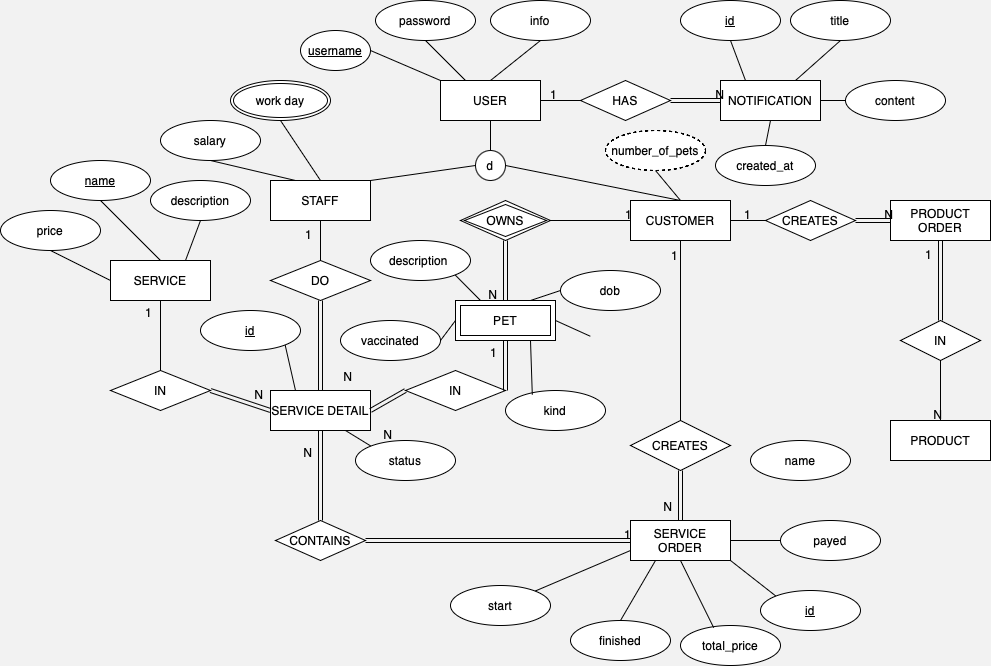
Above: pet-spa-erd.drawio.png in blueonline07/auth-demo (draw.io), before the change. Source tidied: cells renumbered, new cells last; positions are measured from the earlier drawing's top-left corner, leaving out a move shared by most shapes.
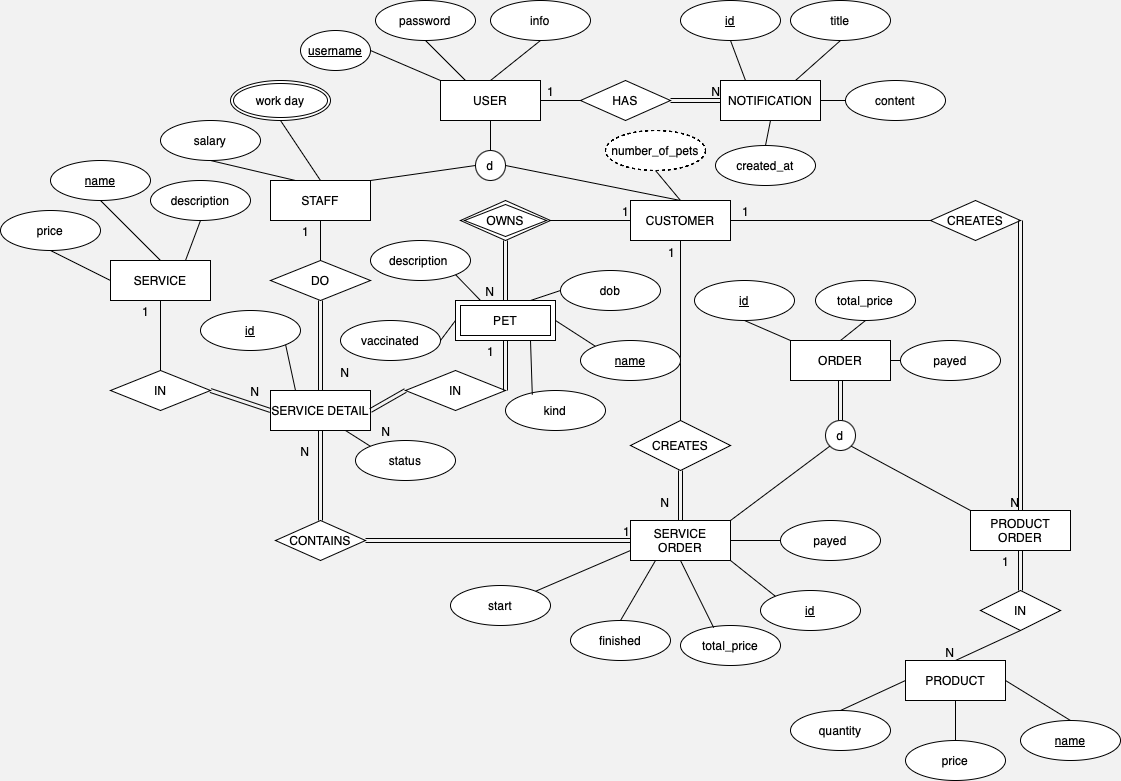
After the commit.

Change to the diagram source:
```diff
@@ -136,13 +136,13 @@
       </mxGeometry>
     </mxCell>
     <mxCell id="41" value="PRODUCT" style="whiteSpace=wrap;html=1;align=center;" parent="1" vertex="1">
-      <mxGeometry x="890" y="420" width="100" height="40" as="geometry" />
+      <mxGeometry x="905" y="660" width="100" height="40" as="geometry" />
     </mxCell>
     <mxCell id="42" value="PRODUCT ORDER" style="whiteSpace=wrap;html=1;align=center;" parent="1" vertex="1">
-      <mxGeometry x="890" y="200" width="100" height="40" as="geometry" />
+      <mxGeometry x="970" y="510" width="100" height="40" as="geometry" />
     </mxCell>
     <mxCell id="43" value="IN" style="shape=rhombus;perimeter=rhombusPerimeter;whiteSpace=wrap;html=1;align=center;" parent="1" vertex="1">
-      <mxGeometry x="900" y="320" width="80" height="40" as="geometry" />
+      <mxGeometry x="980" y="590" width="80" height="40" as="geometry" />
     </mxCell>
     <mxCell id="44" style="endArrow=none;html=1;rounded=0;entryX=0.5;entryY=0;entryDx=0;entryDy=0;exitX=0.5;exitY=1;exitDx=0;exitDy=0;" parent="1" edge="1" source="43" target="41">
       <mxGeometry relative="1" as="geometry" />
@@ -159,7 +159,7 @@
       </mxGeometry>
     </mxCell>
     <mxCell id="48" value="CREATES" style="shape=rhombus;perimeter=rhombusPerimeter;whiteSpace=wrap;html=1;align=center;rotation=0;" parent="1" vertex="1">
-      <mxGeometry x="765" y="200" width="90" height="40" as="geometry" />
+      <mxGeometry x="930" y="200" width="90" height="40" as="geometry" />
     </mxCell>
     <mxCell id="49" style="endArrow=none;html=1;rounded=0;entryX=1;entryY=0.5;entryDx=0;entryDy=0;exitX=0;exitY=0.5;exitDx=0;exitDy=0;" parent="1" edge="1" source="48" target="2">
       <mxGeometry relative="1" as="geometry" />
@@ -169,7 +169,7 @@
         <mxPoint x="20" as="offset" />
       </mxGeometry>
     </mxCell>
-    <mxCell id="51" style="shape=link;html=1;rounded=0;entryX=0;entryY=0.5;entryDx=0;entryDy=0;exitX=1;exitY=0.5;exitDx=0;exitDy=0;" parent="1" edge="1" source="48" target="42">
+    <mxCell id="51" style="shape=link;html=1;rounded=0;entryX=0.5;entryY=0;entryDx=0;entryDy=0;exitX=1;exitY=0.5;exitDx=0;exitDy=0;" parent="1" edge="1" source="48" target="42">
       <mxGeometry relative="1" as="geometry" />
     </mxCell>
     <mxCell id="52" value="N" style="html=1;whiteSpace=wrap;align=right;verticalAlign=bottom;" parent="51" vertex="1">
@@ -313,10 +313,8 @@
     <mxCell id="96" style="endArrow=none;html=1;rounded=0;exitX=0.75;exitY=1;exitDx=0;exitDy=0;entryX=0.268;entryY=0.107;entryDx=0;entryDy=0;entryPerimeter=0;" parent="1" edge="1" source="4" target="93">
       <mxGeometry relative="1" as="geometry" />
     </mxCell>
-    <mxCell id="97" style="endArrow=none;html=1;rounded=0;exitX=1;exitY=0.5;exitDx=0;exitDy=0;entryX=0;entryY=0;entryDx=0;entryDy=0;" parent="1" edge="1" source="4">
-      <mxGeometry relative="1" as="geometry">
-        <mxPoint x="589.9" y="335.8" as="targetPoint" />
-      </mxGeometry>
+    <mxCell id="97" style="endArrow=none;html=1;rounded=0;exitX=1;exitY=0.5;exitDx=0;exitDy=0;entryX=0;entryY=0;entryDx=0;entryDy=0;" parent="1" edge="1" source="4" target="110">
+      <mxGeometry relative="1" as="geometry" />
     </mxCell>
     <mxCell id="98" value="dob" style="ellipse;whiteSpace=wrap;html=1;align=center;" parent="1" vertex="1">
       <mxGeometry x="560" y="270" width="100" height="40" as="geometry" />
@@ -354,8 +352,59 @@
     <mxCell id="109" style="endArrow=none;html=1;rounded=0;entryX=0;entryY=0.5;entryDx=0;entryDy=0;exitX=1;exitY=0.5;exitDx=0;exitDy=0;" parent="1" edge="1" source="23" target="108">
       <mxGeometry relative="1" as="geometry" />
     </mxCell>
-    <mxCell id="110" value="&lt;span&gt;name&lt;/span&gt;" style="ellipse;whiteSpace=wrap;html=1;align=center;fontStyle=0;" parent="1" vertex="1">
-      <mxGeometry x="750" y="440" width="100" height="40" as="geometry" />
+    <mxCell id="110" value="&lt;span&gt;name&lt;/span&gt;" style="ellipse;whiteSpace=wrap;html=1;align=center;fontStyle=4;" parent="1" vertex="1">
+      <mxGeometry x="580" y="340" width="100" height="40" as="geometry" />
     </mxCell>
+    <mxCell id="111" value="price" style="ellipse;whiteSpace=wrap;html=1;align=center;" parent="1" vertex="1">
+      <mxGeometry x="905" y="740" width="100" height="40" as="geometry" />
+    </mxCell>
+    <mxCell id="112" value="quantity" style="ellipse;whiteSpace=wrap;html=1;align=center;" parent="1" vertex="1">
+      <mxGeometry x="790" y="710" width="100" height="40" as="geometry" />
+    </mxCell>
+    <mxCell id="113" value="name" style="ellipse;whiteSpace=wrap;html=1;align=center;fontStyle=4;" parent="1" vertex="1">
+      <mxGeometry x="1020" y="720" width="100" height="40" as="geometry" />
+    </mxCell>
+    <mxCell id="114" style="endArrow=none;html=1;rounded=0;entryX=0.5;entryY=0;entryDx=0;entryDy=0;exitX=0;exitY=0.5;exitDx=0;exitDy=0;" parent="1" edge="1" source="41" target="112">
+      <mxGeometry relative="1" as="geometry" />
+    </mxCell>
+    <mxCell id="115" style="endArrow=none;html=1;rounded=0;entryX=0.5;entryY=0;entryDx=0;entryDy=0;exitX=0.5;exitY=1;exitDx=0;exitDy=0;" parent="1" edge="1" source="41" target="111">
+      <mxGeometry relative="1" as="geometry" />
+    </mxCell>
+    <mxCell id="116" style="endArrow=none;html=1;rounded=0;entryX=0.5;entryY=0;entryDx=0;entryDy=0;exitX=1;exitY=0.5;exitDx=0;exitDy=0;" parent="1" edge="1" source="41" target="113">
+      <mxGeometry relative="1" as="geometry" />
+    </mxCell>
+    <mxCell id="117" value="ORDER" style="whiteSpace=wrap;html=1;align=center;" parent="1" vertex="1">
+      <mxGeometry x="790" y="340" width="100" height="40" as="geometry" />
+    </mxCell>
+    <mxCell id="118" style="shape=link;html=1;rounded=0;exitX=0.5;exitY=1;exitDx=0;exitDy=0;entryX=0.5;entryY=0;entryDx=0;entryDy=0;" parent="1" edge="1" source="117" target="119">
+      <mxGeometry relative="1" as="geometry" />
+    </mxCell>
+    <mxCell id="119" value="d" style="ellipse;whiteSpace=wrap;html=1;" parent="1" vertex="1">
+      <mxGeometry x="825" y="420" width="30" height="30" as="geometry" />
+    </mxCell>
+    <mxCell id="120" style="endArrow=none;html=1;rounded=0;exitX=1;exitY=0;exitDx=0;exitDy=0;entryX=0;entryY=1;entryDx=0;entryDy=0;" parent="1" edge="1" source="23" target="119">
+      <mxGeometry relative="1" as="geometry" />
+    </mxCell>
+    <mxCell id="121" style="endArrow=none;html=1;rounded=0;exitX=1;exitY=1;exitDx=0;exitDy=0;entryX=0;entryY=0;entryDx=0;entryDy=0;" parent="1" edge="1" source="119" target="42">
+      <mxGeometry relative="1" as="geometry" />
+    </mxCell>
+    <mxCell id="122" value="total_price" style="ellipse;whiteSpace=wrap;html=1;align=center;" parent="1" vertex="1">
+      <mxGeometry x="815" y="280" width="100" height="40" as="geometry" />
+    </mxCell>
+    <mxCell id="123" value="payed" style="ellipse;whiteSpace=wrap;html=1;align=center;" parent="1" vertex="1">
+      <mxGeometry x="900" y="340" width="100" height="40" as="geometry" />
+    </mxCell>
+    <mxCell id="124" value="id" style="ellipse;whiteSpace=wrap;html=1;align=center;fontStyle=4;" parent="1" vertex="1">
+      <mxGeometry x="694" y="280" width="100" height="40" as="geometry" />
+    </mxCell>
+    <mxCell id="125" style="endArrow=none;html=1;rounded=0;exitX=0.5;exitY=1;exitDx=0;exitDy=0;entryX=0;entryY=0;entryDx=0;entryDy=0;" parent="1" edge="1" source="124" target="117">
+      <mxGeometry relative="1" as="geometry" />
+    </mxCell>
+    <mxCell id="126" style="endArrow=none;html=1;rounded=0;exitX=0.5;exitY=1;exitDx=0;exitDy=0;entryX=0.5;entryY=0;entryDx=0;entryDy=0;" parent="1" edge="1" source="122" target="117">
+      <mxGeometry relative="1" as="geometry" />
+    </mxCell>
+    <mxCell id="127" style="endArrow=none;html=1;rounded=0;exitX=0;exitY=0.5;exitDx=0;exitDy=0;entryX=1;entryY=0.5;entryDx=0;entryDy=0;" parent="1" edge="1" source="123" target="117">
+      <mxGeometry relative="1" as="geometry" />
+    </mxCell>
   </root>
 </mxGraphModel>
```
